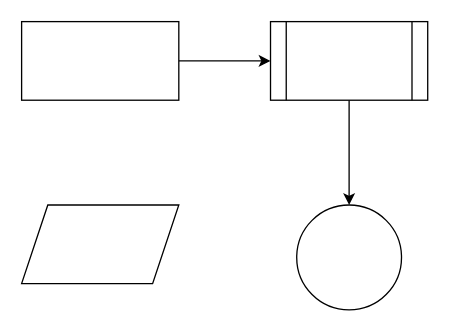
Earlier version of the draw.io diagram Untitled Diagram.drawio (LIiong/Best-memory-is-Notes). Source tidied: cells renumbered, new cells numbered last; positions are measured from the earlier drawing's top-left corner, leaving out a move shared by most shapes. Both pictures are drawn from the tidied source at 131%, with x=0, y=0 at pixel (21, 21).
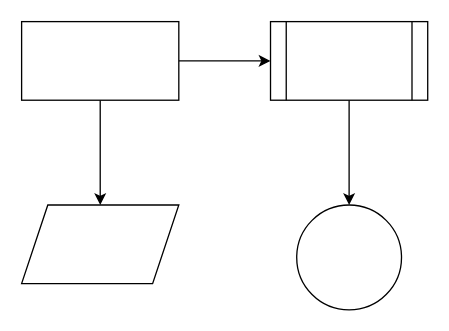
The same page after the edit.

The edit, as a diff of the source:
```diff
@@
 <mxGraphModel>
   <root>
     <mxCell id="0" />
     <mxCell id="1" parent="0" />
     <mxCell id="2" style="edgeStyle=orthogonalEdgeStyle;rounded=0;jettySize=auto;html=1;exitX=1;exitY=0.5;exitDx=0;exitDy=0;entryX=0;entryY=0.5;entryDx=0;entryDy=0;" parent="1" edge="1" source="3" target="5">
       <mxGeometry relative="1" as="geometry" />
     </mxCell>
+    <mxCell id="8" style="edgeStyle=orthogonalEdgeStyle;rounded=0;jettySize=auto;html=1;exitX=0.5;exitY=1;exitDx=0;exitDy=0;entryX=0.5;entryY=0;entryDx=0;entryDy=0;" parent="1" edge="1" source="3" target="7">
+      <mxGeometry relative="1" as="geometry" />
+    </mxCell>
     <mxCell id="3" style="rounded=0;whiteSpace=wrap;html=1;" parent="1" vertex="1">
       <mxGeometry width="120" height="60" as="geometry" />
     </mxCell>
     <mxCell id="4" style="edgeStyle=orthogonalEdgeStyle;rounded=0;jettySize=auto;html=1;exitX=0.5;exitY=1;exitDx=0;exitDy=0;" parent="1" edge="1" source="5" target="6">
       <mxGeometry relative="1" as="geometry" />
     </mxCell>
     <mxCell id="5" style="shape=process;whiteSpace=wrap;html=1;backgroundOutline=1;" parent="1" vertex="1">
       <mxGeometry x="190" width="120" height="60" as="geometry" />
     </mxCell>
     <mxCell id="6" style="ellipse;whiteSpace=wrap;html=1;" parent="1" vertex="1">
       <mxGeometry x="210" y="140" width="80" height="80" as="geometry" />
     </mxCell>
     <mxCell id="7" style="shape=parallelogram;perimeter=parallelogramPerimeter;whiteSpace=wrap;html=1;fixedSize=1;" parent="1" vertex="1">
       <mxGeometry y="140" width="120" height="60" as="geometry" />
     </mxCell>
   </root>
 </mxGraphModel>
```
